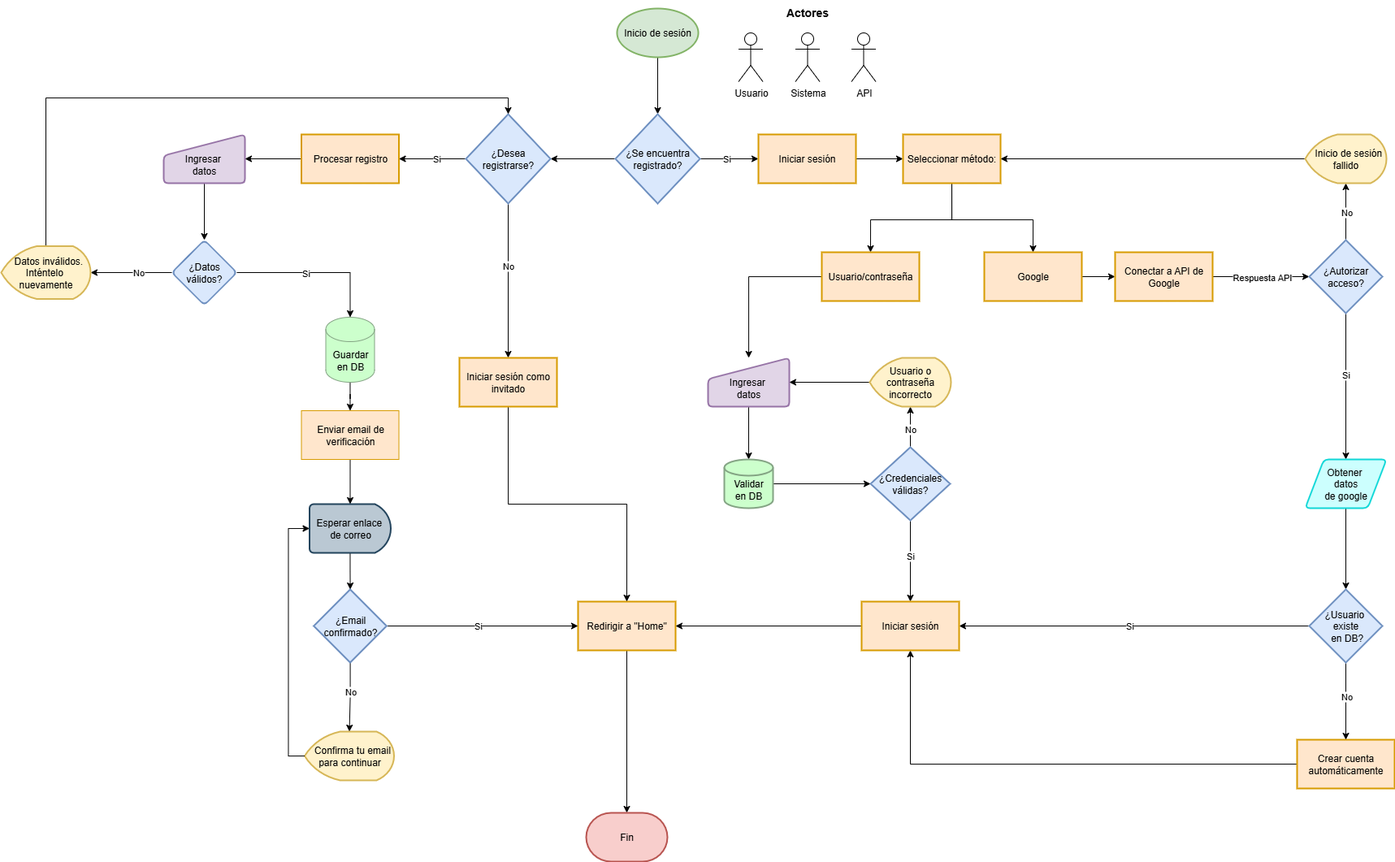
This is Flujograma de registro e inicio de sesión.png from DjGuetta/App-Hotel-Management, a draw.io export, as it was before one commit. Source tidied: cells renumbered, new cells last; positions are measured from the earlier drawing's top-left corner, leaving out a move shared by most shapes.
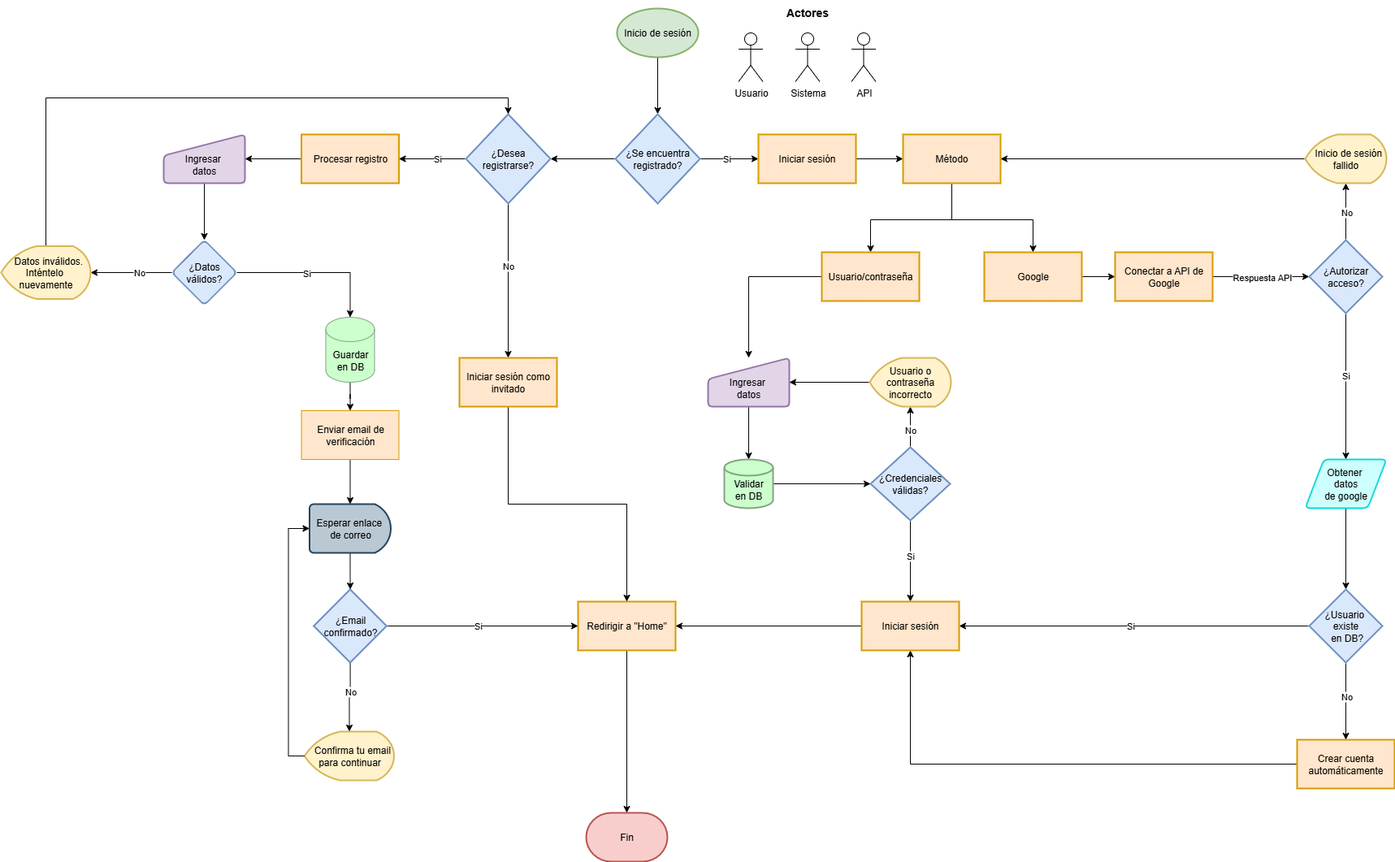
The same diagram one commit later.

Commit message:
Corrigiendo descripción de iconos

Change to the diagram source:
```diff
@@ -56,7 +56,7 @@
         </Array>
       </mxGeometry>
     </mxCell>
-    <mxCell id="16" value="Seleccionar método:" style="whiteSpace=wrap;html=1;strokeWidth=2;fillColor=#ffe6cc;strokeColor=#d79b00;" parent="1" vertex="1">
+    <mxCell id="16" value="Método" style="whiteSpace=wrap;html=1;strokeWidth=2;fillColor=#ffe6cc;strokeColor=#d79b00;" parent="1" vertex="1">
       <mxGeometry x="1110" y="165" width="120" height="60" as="geometry" />
     </mxCell>
     <mxCell id="17" style="edgeStyle=orthogonalEdgeStyle;rounded=0;jettySize=auto;html=1;" parent="1" edge="1" source="18" target="46">
```
